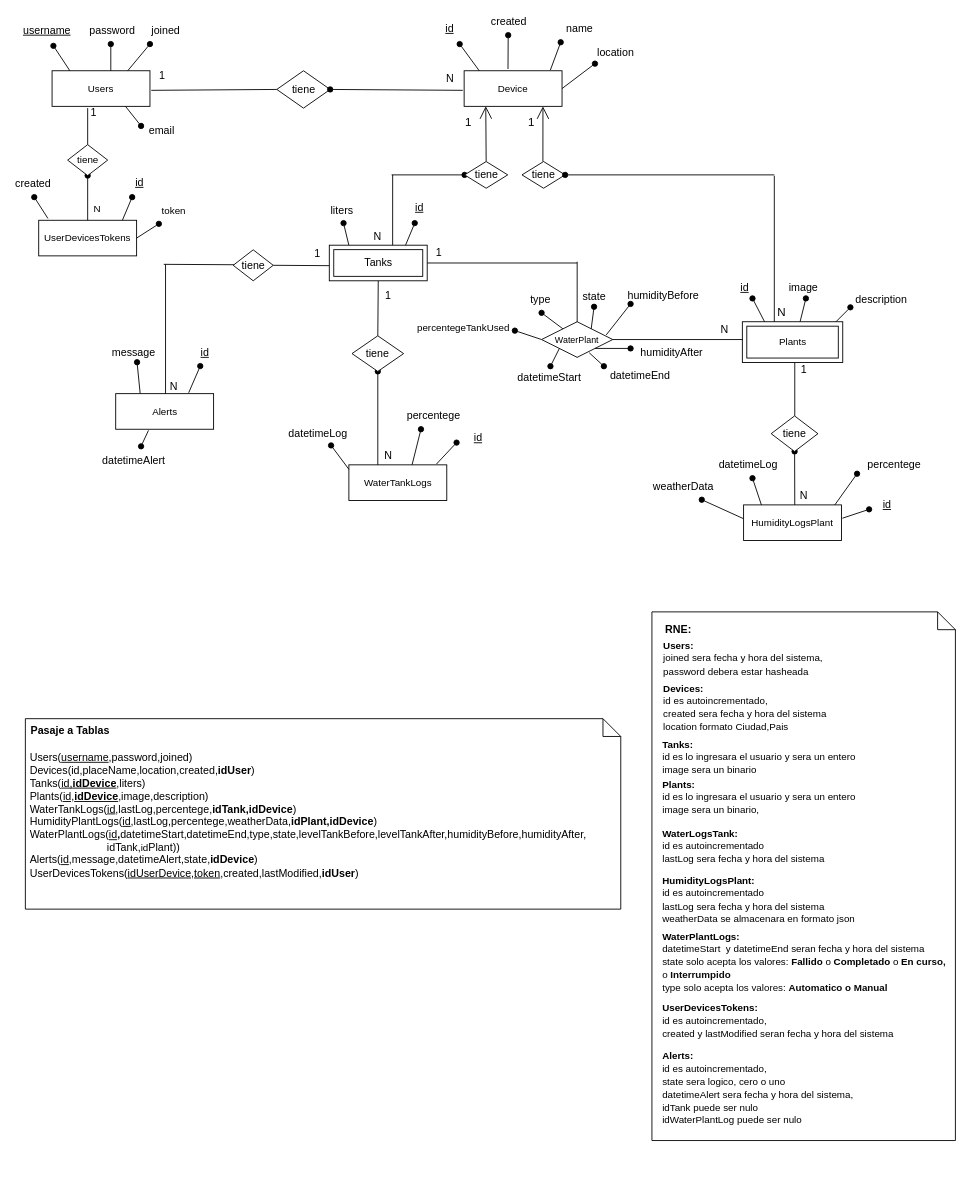
The draw.io diagram Diagramas/DER.drawio in Agustin15/AquaControl, before the edit. Source tidied: cells renumbered, new cells numbered last; positions are measured from the earlier drawing's top-left corner, leaving out a move shared by most shapes. Both pictures are drawn from the tidied source at 89%, with x=0, y=0 at pixel (25, 19).
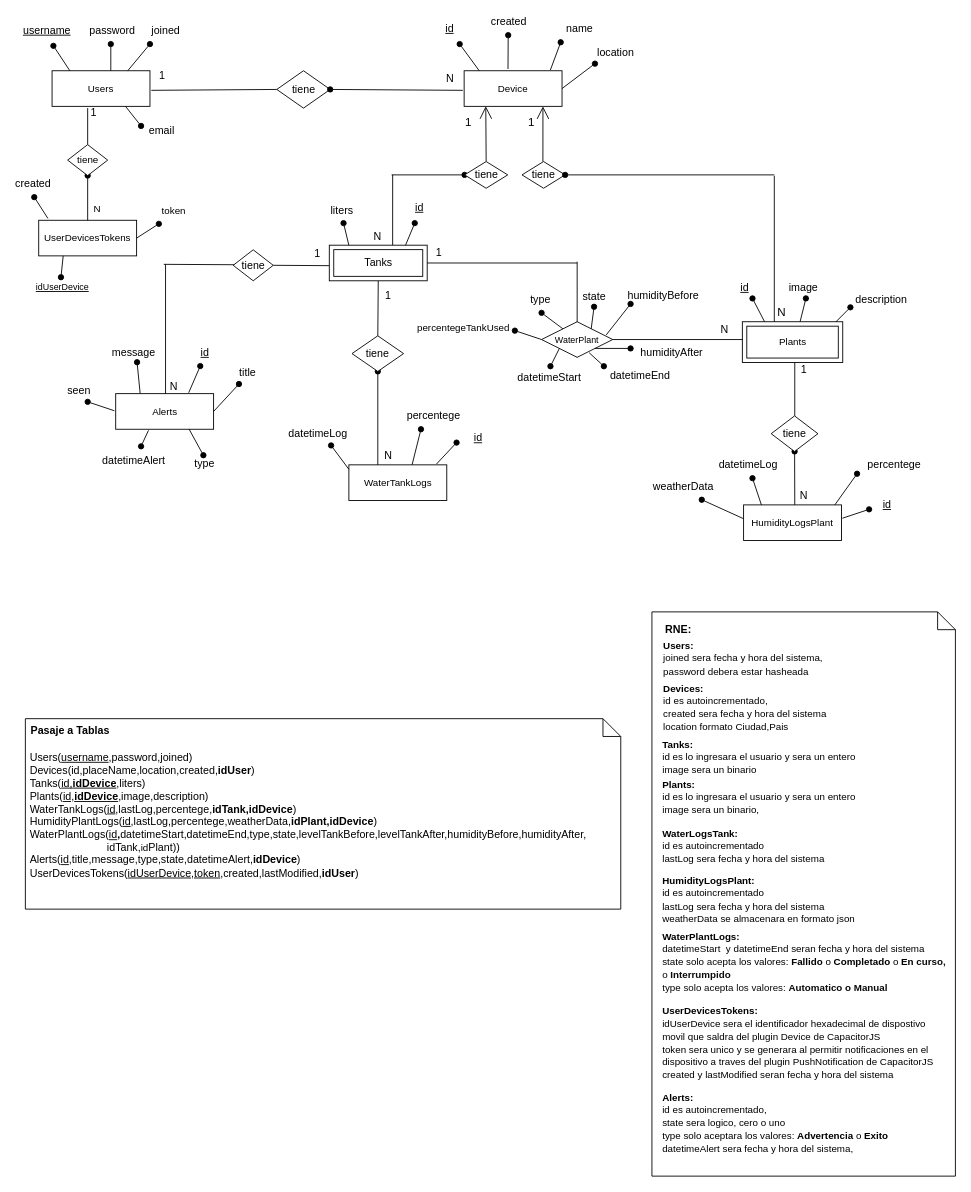
The same page after the edit.

The change refers to these unchanged cells:
```xml
<mxCell id="33" value="&lt;span style=&quot;font-size: 11px;&quot;&gt;Alerts&lt;/span&gt;" style="html=1;whiteSpace=wrap;" parent="1" vertex="1">
  <mxGeometry x="101.5" y="420.8" width="110" height="40" as="geometry" />
</mxCell>
<mxCell id="123" value="&lt;span style=&quot;font-size: 11px;&quot;&gt;UserDevicesTokens&lt;/span&gt;" style="html=1;whiteSpace=wrap;" parent="1" vertex="1">
  <mxGeometry x="15" y="226" width="110" height="40" as="geometry" />
</mxCell>
```

The edit, as a diff of the source:
```diff
@@
-    <mxCell id="18" value="&lt;div&gt;&lt;font&gt;&lt;font style=&quot;&quot;&gt;&amp;nbsp;Users(&lt;u style=&quot;&quot;&gt;username&lt;/u&gt;,&lt;/font&gt;&lt;span style=&quot;background-color: transparent; color: light-dark(rgb(0, 0, 0), rgb(255, 255, 255));&quot;&gt;&lt;font style=&quot;&quot;&gt;password,joined&lt;/font&gt;&lt;/span&gt;&lt;span style=&quot;background-color: transparent; color: light-dark(rgb(0, 0, 0), rgb(255, 255, 255));&quot;&gt;)&lt;/span&gt;&lt;/font&gt;&lt;/div&gt;&lt;div&gt;&lt;font&gt;&lt;span style=&quot;background-color: transparent; color: light-dark(rgb(0, 0, 0), rgb(255, 255, 255));&quot;&gt;&amp;nbsp;Devices(id,&lt;/span&gt;&lt;span style=&quot;background-color: transparent; color: light-dark(rgb(0, 0, 0), rgb(255, 255, 255));&quot;&gt;p&lt;/span&gt;&lt;span style=&quot;background-color: transparent; color: light-dark(rgb(0, 0, 0), rgb(255, 255, 255));&quot;&gt;laceName,location&lt;/span&gt;&lt;span style=&quot;background-color: transparent; color: light-dark(rgb(0, 0, 0), rgb(255, 255, 255));&quot;&gt;&lt;font style=&quot;&quot;&gt;,created,&lt;b&gt;idUser&lt;/b&gt;&lt;/font&gt;&lt;/span&gt;&lt;span style=&quot;background-color: transparent; color: light-dark(rgb(0, 0, 0), rgb(255, 255, 255));&quot;&gt;)&lt;/span&gt;&lt;/font&gt;&lt;/div&gt;&lt;font&gt;&amp;nbsp;Tanks(&lt;u&gt;id,&lt;b&gt;idDevice&lt;/b&gt;&lt;/u&gt;,liters)&lt;/font&gt;&lt;div&gt;&lt;font&gt;&amp;nbsp;Plants(&lt;u&gt;id,&lt;b&gt;idDevice&lt;/b&gt;&lt;/u&gt;,image,descri&lt;span style=&quot;background-color: transparent; color: light-dark(rgb(0, 0, 0), rgb(255, 255, 255));&quot;&gt;ption&lt;/span&gt;&lt;span style=&quot;background-color: transparent; color: light-dark(rgb(0, 0, 0), rgb(255, 255, 255));&quot;&gt;)&lt;/span&gt;&lt;/font&gt;&lt;/div&gt;&lt;div&gt;&lt;font&gt;&amp;nbsp;WaterTankLogs(&lt;u style=&quot;&quot;&gt;id&lt;/u&gt;,lastLog,percentege,&lt;b&gt;idTank,idDevice&lt;/b&gt;)&lt;/font&gt;&lt;div&gt;&lt;font&gt;&lt;font style=&quot;&quot;&gt;&lt;font style=&quot;&quot;&gt;&amp;nbsp;HumidityPlant&lt;/font&gt;&lt;span style=&quot;background-color: transparent; color: light-dark(rgb(0, 0, 0), rgb(255, 255, 255));&quot;&gt;Logs&lt;/span&gt;&lt;span style=&quot;background-color: transparent; color: light-dark(rgb(0, 0, 0), rgb(255, 255, 255));&quot;&gt;(&lt;/span&gt;&lt;u style=&quot;background-color: transparent; color: light-dark(rgb(0, 0, 0), rgb(255, 255, 255));&quot;&gt;id&lt;/u&gt;&lt;span style=&quot;background-color: transparent; color: light-dark(rgb(0, 0, 0), rgb(255, 255, 255));&quot;&gt;,lastLog,percentege,weatherData,&lt;b&gt;id&lt;/b&gt;&lt;/span&gt;&lt;/font&gt;&lt;span style=&quot;background-color: transparent; color: light-dark(rgb(0, 0, 0), rgb(255, 255, 255));&quot;&gt;&lt;b&gt;P&lt;/b&gt;&lt;/span&gt;&lt;span style=&quot;background-color: transparent; color: light-dark(rgb(0, 0, 0), rgb(255, 255, 255));&quot;&gt;&lt;b&gt;lant,idDevice&lt;/b&gt;&lt;/span&gt;&lt;span style=&quot;background-color: transparent; color: light-dark(rgb(0, 0, 0), rgb(255, 255, 255));&quot;&gt;)&lt;/span&gt;&lt;/font&gt;&lt;/div&gt;&lt;div style=&quot;&quot;&gt;&lt;font&gt;&lt;font style=&quot;&quot;&gt;&lt;font style=&quot;background-color: transparent; color: light-dark(rgb(0, 0, 0), rgb(255, 255, 255));&quot;&gt;&amp;nbsp;Water&lt;span style=&quot;font-family: Arial, sans-serif; background-color: rgb(255, 255, 255);&quot;&gt;Plant&lt;/span&gt;Logs(&lt;u&gt;id&lt;/u&gt;&lt;/font&gt;&lt;/font&gt;&lt;span style=&quot;background-color: transparent; color: light-dark(rgb(0, 0, 0), rgb(255, 255, 255));&quot;&gt;&lt;b&gt;,&lt;/b&gt;&lt;/span&gt;&lt;font style=&quot;background-color: transparent; color: light-dark(rgb(0, 0, 0), rgb(255, 255, 255));&quot;&gt;datetimeStart,&lt;/font&gt;&lt;span style=&quot;background-color: transparent; color: light-dark(rgb(0, 0, 0), rgb(255, 255, 255));&quot;&gt;datetimeEnd,ty&lt;/span&gt;&lt;span style=&quot;background-color: transparent; color: light-dark(rgb(0, 0, 0), rgb(255, 255, 255));&quot;&gt;pe&lt;/span&gt;&lt;font style=&quot;background-color: transparent; color: light-dark(rgb(0, 0, 0), rgb(255, 255, 255));&quot;&gt;,state,levelTankBefore,levelTankAfter&lt;/font&gt;&lt;/font&gt;&lt;font style=&quot;background-color: transparent; color: light-dark(rgb(0, 0, 0), rgb(255, 255, 255));&quot;&gt;&lt;span style=&quot;background-color: transparent; color: light-dark(rgb(0, 0, 0), rgb(255, 255, 255));&quot;&gt;,humidityBefore,humidityAfter,&lt;/span&gt;&lt;/font&gt;&lt;/div&gt;&lt;div style=&quot;&quot;&gt;&lt;font style=&quot;background-color: transparent; color: light-dark(rgb(0, 0, 0), rgb(255, 255, 255));&quot;&gt;&lt;span style=&quot;background-color: transparent; color: light-dark(rgb(0, 0, 0), rgb(255, 255, 255));&quot;&gt;&amp;nbsp; &amp;nbsp; &amp;nbsp; &amp;nbsp; &amp;nbsp; &amp;nbsp; &amp;nbsp; &amp;nbsp; &amp;nbsp; &amp;nbsp; &amp;nbsp; &amp;nbsp; &amp;nbsp; &amp;nbsp;idTank&lt;/span&gt;&lt;/font&gt;&lt;span style=&quot;color: light-dark(rgb(0, 0, 0), rgb(255, 255, 255)); background-color: rgb(255, 255, 255); font-family: Arial, sans-serif;&quot;&gt;,&lt;span style=&quot;font-size: 11px;&quot;&gt;id&lt;/span&gt;&lt;/span&gt;&lt;span style=&quot;color: light-dark(rgb(0, 0, 0), rgb(255, 255, 255)); background-color: rgb(255, 255, 255); font-family: Arial, sans-serif;&quot;&gt;Plant)&lt;/span&gt;&lt;span style=&quot;background-color: transparent; color: light-dark(rgb(0, 0, 0), rgb(255, 255, 255));&quot;&gt;)&lt;/span&gt;&lt;/div&gt;&lt;div&gt;&lt;font&gt;&amp;nbsp;Alerts(&lt;u&gt;id&lt;/u&gt;,message,datetimeAlert,state,&lt;b&gt;i&lt;/b&gt;&lt;span style=&quot;background-color: transparent; color: light-dark(rgb(0, 0, 0), rgb(255, 255, 255));&quot;&gt;&lt;span style=&quot;background-color: transparent; color: light-dark(rgb(0, 0, 0), rgb(255, 255, 255));&quot;&gt;&lt;b&gt;dDevice&lt;/b&gt;&lt;/span&gt;&lt;/span&gt;&lt;span style=&quot;background-color: transparent; color: light-dark(rgb(0, 0, 0), rgb(255, 255, 255));&quot;&gt;)&lt;/span&gt;&lt;/font&gt;&lt;/div&gt;&lt;/div&gt;&lt;div style=&quot;text-align: left;&quot;&gt;&lt;font&gt;&lt;span style=&quot;text-align: center;&quot;&gt;&amp;nbsp;&lt;/span&gt;&lt;font&gt;&lt;span style=&quot;text-align: center;&quot;&gt;UserDevicesTokens&lt;/span&gt;(&lt;u&gt;idUserDevice,token&lt;/u&gt;,created,lastModified,&lt;/font&gt;&lt;/font&gt;&lt;b style=&quot;background-color: transparent; color: light-dark(rgb(0, 0, 0), rgb(255, 255, 255));&quot;&gt;idUser&lt;/b&gt;&lt;span style=&quot;background-color: transparent; color: light-dark(rgb(0, 0, 0), rgb(255, 255, 255));&quot;&gt;)&lt;/span&gt;&lt;/div&gt;&lt;div style=&quot;text-align: left;&quot;&gt;&lt;span style=&quot;background-color: transparent; color: light-dark(rgb(0, 0, 0), rgb(255, 255, 255));&quot;&gt;&amp;nbsp;&lt;/span&gt;&lt;/div&gt;" style="text;html=1;align=left;verticalAlign=middle;whiteSpace=wrap;rounded=0;" parent="1" vertex="1">
+    <mxCell id="18" value="&lt;div&gt;&lt;font&gt;&lt;font style=&quot;&quot;&gt;&amp;nbsp;Users(&lt;u style=&quot;&quot;&gt;username&lt;/u&gt;,&lt;/font&gt;&lt;span style=&quot;background-color: transparent; color: light-dark(rgb(0, 0, 0), rgb(255, 255, 255));&quot;&gt;&lt;font style=&quot;&quot;&gt;password,joined&lt;/font&gt;&lt;/span&gt;&lt;span style=&quot;background-color: transparent; color: light-dark(rgb(0, 0, 0), rgb(255, 255, 255));&quot;&gt;)&lt;/span&gt;&lt;/font&gt;&lt;/div&gt;&lt;div&gt;&lt;font&gt;&lt;span style=&quot;background-color: transparent; color: light-dark(rgb(0, 0, 0), rgb(255, 255, 255));&quot;&gt;&amp;nbsp;Devices(id,&lt;/span&gt;&lt;span style=&quot;background-color: transparent; color: light-dark(rgb(0, 0, 0), rgb(255, 255, 255));&quot;&gt;p&lt;/span&gt;&lt;span style=&quot;background-color: transparent; color: light-dark(rgb(0, 0, 0), rgb(255, 255, 255));&quot;&gt;laceName,location&lt;/span&gt;&lt;span style=&quot;background-color: transparent; color: light-dark(rgb(0, 0, 0), rgb(255, 255, 255));&quot;&gt;&lt;font style=&quot;&quot;&gt;,created,&lt;b&gt;idUser&lt;/b&gt;&lt;/font&gt;&lt;/span&gt;&lt;span style=&quot;background-color: transparent; color: light-dark(rgb(0, 0, 0), rgb(255, 255, 255));&quot;&gt;)&lt;/span&gt;&lt;/font&gt;&lt;/div&gt;&lt;font&gt;&amp;nbsp;Tanks(&lt;u&gt;id,&lt;b&gt;idDevice&lt;/b&gt;&lt;/u&gt;,liters)&lt;/font&gt;&lt;div&gt;&lt;font&gt;&amp;nbsp;Plants(&lt;u&gt;id,&lt;b&gt;idDevice&lt;/b&gt;&lt;/u&gt;,image,descri&lt;span style=&quot;background-color: transparent; color: light-dark(rgb(0, 0, 0), rgb(255, 255, 255));&quot;&gt;ption&lt;/span&gt;&lt;span style=&quot;background-color: transparent; color: light-dark(rgb(0, 0, 0), rgb(255, 255, 255));&quot;&gt;)&lt;/span&gt;&lt;/font&gt;&lt;/div&gt;&lt;div&gt;&lt;font&gt;&amp;nbsp;WaterTankLogs(&lt;u style=&quot;&quot;&gt;id&lt;/u&gt;,lastLog,percentege,&lt;b&gt;idTank,idDevice&lt;/b&gt;)&lt;/font&gt;&lt;div&gt;&lt;font&gt;&lt;font style=&quot;&quot;&gt;&lt;font style=&quot;&quot;&gt;&amp;nbsp;HumidityPlant&lt;/font&gt;&lt;span style=&quot;background-color: transparent; color: light-dark(rgb(0, 0, 0), rgb(255, 255, 255));&quot;&gt;Logs&lt;/span&gt;&lt;span style=&quot;background-color: transparent; color: light-dark(rgb(0, 0, 0), rgb(255, 255, 255));&quot;&gt;(&lt;/span&gt;&lt;u style=&quot;background-color: transparent; color: light-dark(rgb(0, 0, 0), rgb(255, 255, 255));&quot;&gt;id&lt;/u&gt;&lt;span style=&quot;background-color: transparent; color: light-dark(rgb(0, 0, 0), rgb(255, 255, 255));&quot;&gt;,lastLog,percentege,weatherData,&lt;b&gt;id&lt;/b&gt;&lt;/span&gt;&lt;/font&gt;&lt;span style=&quot;background-color: transparent; color: light-dark(rgb(0, 0, 0), rgb(255, 255, 255));&quot;&gt;&lt;b&gt;P&lt;/b&gt;&lt;/span&gt;&lt;span style=&quot;background-color: transparent; color: light-dark(rgb(0, 0, 0), rgb(255, 255, 255));&quot;&gt;&lt;b&gt;lant,idDevice&lt;/b&gt;&lt;/span&gt;&lt;span style=&quot;background-color: transparent; color: light-dark(rgb(0, 0, 0), rgb(255, 255, 255));&quot;&gt;)&lt;/span&gt;&lt;/font&gt;&lt;/div&gt;&lt;div style=&quot;&quot;&gt;&lt;font&gt;&lt;font style=&quot;&quot;&gt;&lt;font style=&quot;background-color: transparent; color: light-dark(rgb(0, 0, 0), rgb(255, 255, 255));&quot;&gt;&amp;nbsp;Water&lt;span style=&quot;font-family: Arial, sans-serif; background-color: rgb(255, 255, 255);&quot;&gt;Plant&lt;/span&gt;Logs(&lt;u&gt;id&lt;/u&gt;&lt;/font&gt;&lt;/font&gt;&lt;span style=&quot;background-color: transparent; color: light-dark(rgb(0, 0, 0), rgb(255, 255, 255));&quot;&gt;&lt;b&gt;,&lt;/b&gt;&lt;/span&gt;&lt;font style=&quot;background-color: transparent; color: light-dark(rgb(0, 0, 0), rgb(255, 255, 255));&quot;&gt;datetimeStart,&lt;/font&gt;&lt;span style=&quot;background-color: transparent; color: light-dark(rgb(0, 0, 0), rgb(255, 255, 255));&quot;&gt;datetimeEnd,ty&lt;/span&gt;&lt;span style=&quot;background-color: transparent; color: light-dark(rgb(0, 0, 0), rgb(255, 255, 255));&quot;&gt;pe&lt;/span&gt;&lt;font style=&quot;background-color: transparent; color: light-dark(rgb(0, 0, 0), rgb(255, 255, 255));&quot;&gt;,state,levelTankBefore,levelTankAfter&lt;/font&gt;&lt;/font&gt;&lt;font style=&quot;background-color: transparent; color: light-dark(rgb(0, 0, 0), rgb(255, 255, 255));&quot;&gt;&lt;span style=&quot;background-color: transparent; color: light-dark(rgb(0, 0, 0), rgb(255, 255, 255));&quot;&gt;,humidityBefore,humidityAfter,&lt;/span&gt;&lt;/font&gt;&lt;/div&gt;&lt;div style=&quot;&quot;&gt;&lt;font style=&quot;background-color: transparent; color: light-dark(rgb(0, 0, 0), rgb(255, 255, 255));&quot;&gt;&lt;span style=&quot;background-color: transparent; color: light-dark(rgb(0, 0, 0), rgb(255, 255, 255));&quot;&gt;&amp;nbsp; &amp;nbsp; &amp;nbsp; &amp;nbsp; &amp;nbsp; &amp;nbsp; &amp;nbsp; &amp;nbsp; &amp;nbsp; &amp;nbsp; &amp;nbsp; &amp;nbsp; &amp;nbsp; &amp;nbsp;idTank&lt;/span&gt;&lt;/font&gt;&lt;span style=&quot;color: light-dark(rgb(0, 0, 0), rgb(255, 255, 255)); background-color: rgb(255, 255, 255); font-family: Arial, sans-serif;&quot;&gt;,&lt;span style=&quot;font-size: 11px;&quot;&gt;id&lt;/span&gt;&lt;/span&gt;&lt;span style=&quot;color: light-dark(rgb(0, 0, 0), rgb(255, 255, 255)); background-color: rgb(255, 255, 255); font-family: Arial, sans-serif;&quot;&gt;Plant)&lt;/span&gt;&lt;span style=&quot;background-color: transparent; color: light-dark(rgb(0, 0, 0), rgb(255, 255, 255));&quot;&gt;)&lt;/span&gt;&lt;/div&gt;&lt;div&gt;&lt;font&gt;&amp;nbsp;Alerts(&lt;u&gt;id&lt;/u&gt;,title,message,type,&lt;/font&gt;&lt;span style=&quot;background-color: transparent; color: light-dark(rgb(0, 0, 0), rgb(255, 255, 255));&quot;&gt;state&lt;/span&gt;&lt;span style=&quot;background-color: transparent; color: light-dark(rgb(0, 0, 0), rgb(255, 255, 255));&quot;&gt;,datetimeAlert,&lt;/span&gt;&lt;b style=&quot;background-color: transparent; color: light-dark(rgb(0, 0, 0), rgb(255, 255, 255));&quot;&gt;i&lt;/b&gt;&lt;span style=&quot;background-color: transparent; color: light-dark(rgb(0, 0, 0), rgb(255, 255, 255));&quot;&gt;&lt;span style=&quot;background-color: transparent; color: light-dark(rgb(0, 0, 0), rgb(255, 255, 255));&quot;&gt;&lt;b&gt;dDevice&lt;/b&gt;&lt;/span&gt;&lt;/span&gt;&lt;span style=&quot;background-color: transparent; color: light-dark(rgb(0, 0, 0), rgb(255, 255, 255));&quot;&gt;)&lt;/span&gt;&lt;/div&gt;&lt;/div&gt;&lt;div style=&quot;text-align: left;&quot;&gt;&lt;font&gt;&lt;span style=&quot;text-align: center;&quot;&gt;&amp;nbsp;&lt;/span&gt;&lt;font&gt;&lt;span style=&quot;text-align: center;&quot;&gt;UserDevicesTokens&lt;/span&gt;(&lt;u&gt;idUserDevice,token&lt;/u&gt;,created,lastModified,&lt;/font&gt;&lt;/font&gt;&lt;b style=&quot;background-color: transparent; color: light-dark(rgb(0, 0, 0), rgb(255, 255, 255));&quot;&gt;idUser&lt;/b&gt;&lt;span style=&quot;background-color: transparent; color: light-dark(rgb(0, 0, 0), rgb(255, 255, 255));&quot;&gt;)&lt;/span&gt;&lt;/div&gt;&lt;div style=&quot;text-align: left;&quot;&gt;&lt;span style=&quot;background-color: transparent; color: light-dark(rgb(0, 0, 0), rgb(255, 255, 255));&quot;&gt;&amp;nbsp;&lt;/span&gt;&lt;/div&gt;" style="text;html=1;align=left;verticalAlign=middle;whiteSpace=wrap;rounded=0;" parent="1" vertex="1">
       <mxGeometry y="814.5" width="659" height="174.5" as="geometry" />
     </mxCell>
@@
     <mxCell id="20" style="shape=note;size=20;whiteSpace=wrap;html=1;" parent="1" vertex="1">
-      <mxGeometry x="704" y="666" width="341" height="594" as="geometry" />
+      <mxGeometry x="704" y="666" width="341" height="634" as="geometry" />
     </mxCell>
@@
-    <mxCell id="39" value="&lt;div style=&quot;&quot;&gt;&lt;b style=&quot;color: light-dark(rgb(0, 0, 0), rgb(255, 255, 255));&quot;&gt;&lt;font style=&quot;font-size: 11px;&quot;&gt;&lt;span style=&quot;background-color: rgb(255, 255, 255);&quot;&gt;Alerts&lt;/span&gt;:&lt;/font&gt;&lt;/b&gt;&lt;/div&gt;&lt;div&gt;&lt;span style=&quot;font-size: 11px;&quot;&gt;id es autoincrementado,&lt;/span&gt;&lt;/div&gt;&lt;div&gt;&lt;span style=&quot;font-size: 11px;&quot;&gt;state sera logico, cero o uno&lt;/span&gt;&lt;/div&gt;&lt;div&gt;&lt;span style=&quot;font-size: 11px;&quot;&gt;datetimeAlert sera fecha y hora del sistema,&lt;/span&gt;&lt;span style=&quot;font-size: 11px;&quot;&gt;&lt;/span&gt;&lt;/div&gt;&lt;div&gt;&lt;span style=&quot;font-size: 11px;&quot;&gt;idTank&amp;nbsp;&lt;/span&gt;&lt;span style=&quot;font-size: 11px; background-color: transparent; color: light-dark(rgb(0, 0, 0), rgb(255, 255, 255));&quot;&gt;p&lt;/span&gt;&lt;span style=&quot;font-size: 11px; background-color: transparent; color: light-dark(rgb(0, 0, 0), rgb(255, 255, 255));&quot;&gt;uede ser nulo&lt;/span&gt;&lt;/div&gt;&lt;div&gt;&lt;span style=&quot;font-size: 11px; background-color: transparent; color: light-dark(rgb(0, 0, 0), rgb(255, 255, 255));&quot;&gt;idWater&lt;/span&gt;&lt;span style=&quot;background-color: transparent; color: light-dark(rgb(0, 0, 0), rgb(255, 255, 255)); font-family: Arial, sans-serif; font-size: 11px;&quot;&gt;Plant&lt;/span&gt;&lt;span style=&quot;background-color: transparent; color: light-dark(rgb(0, 0, 0), rgb(255, 255, 255)); font-size: 11px;&quot;&gt;Log&amp;nbsp;&lt;/span&gt;&lt;span style=&quot;background-color: transparent; color: light-dark(rgb(0, 0, 0), rgb(255, 255, 255)); font-size: 11px;&quot;&gt;puede ser nulo&lt;/span&gt;&lt;/div&gt;" style="text;html=1;align=left;verticalAlign=middle;whiteSpace=wrap;rounded=0;" parent="1" vertex="1">
-      <mxGeometry x="713.7" y="1156" width="324.2" height="90" as="geometry" />
+    <mxCell id="39" value="&lt;div style=&quot;&quot;&gt;&lt;b style=&quot;color: light-dark(rgb(0, 0, 0), rgb(255, 255, 255));&quot;&gt;&lt;font style=&quot;font-size: 11px;&quot;&gt;&lt;span style=&quot;background-color: rgb(255, 255, 255);&quot;&gt;Alerts&lt;/span&gt;:&lt;/font&gt;&lt;/b&gt;&lt;/div&gt;&lt;div&gt;&lt;span style=&quot;font-size: 11px;&quot;&gt;id es autoincrementado,&lt;/span&gt;&lt;/div&gt;&lt;div&gt;&lt;span style=&quot;font-size: 11px;&quot;&gt;state sera logico, cero o uno&lt;/span&gt;&lt;/div&gt;&lt;div&gt;&lt;span style=&quot;font-size: 11px;&quot;&gt;type solo aceptara los valores:&amp;nbsp;&lt;/span&gt;&lt;b style=&quot;font-size: 11px;&quot;&gt;Advertencia&lt;/b&gt;&lt;span style=&quot;font-size: 11px;&quot;&gt; o &lt;/span&gt;&lt;b style=&quot;font-size: 11px;&quot;&gt;Exito&lt;/b&gt;&lt;span style=&quot;font-size: 11px;&quot;&gt;&lt;/span&gt;&lt;/div&gt;&lt;div&gt;&lt;span style=&quot;font-size: 11px;&quot;&gt;datetimeAlert sera fecha y hora del sistema,&lt;/span&gt;&lt;/div&gt;" style="text;html=1;align=left;verticalAlign=middle;whiteSpace=wrap;rounded=0;" parent="1" vertex="1">
+      <mxGeometry x="713.7" y="1200" width="324.2" height="80" as="geometry" />
     </mxCell>
@@
-    <mxCell id="129" style="endArrow=oval;html=1;rounded=0;endFill=1;exitX=0.855;exitY=-0.002;exitDx=0;exitDy=0;exitPerimeter=0;" parent="1" edge="1" source="123">
-      <mxGeometry relative="1" as="geometry">
-        <mxPoint x="120" y="200" as="targetPoint" />
-      </mxGeometry>
-    </mxCell>
-    <mxCell id="130" value="&lt;u&gt;id&lt;/u&gt;" style="text;html=1;whiteSpace=wrap;strokeColor=none;fillColor=none;align=center;verticalAlign=middle;rounded=0;" parent="1" vertex="1">
-      <mxGeometry x="114.5" y="177" width="27" height="13" as="geometry" />
-    </mxCell>
@@
-    <mxCell id="133" value="&lt;div style=&quot;&quot;&gt;&lt;b style=&quot;color: light-dark(rgb(0, 0, 0), rgb(255, 255, 255));&quot;&gt;&lt;font style=&quot;font-size: 11px;&quot;&gt;&lt;span style=&quot;background-color: rgb(255, 255, 255);&quot;&gt;UserDevicesTokens&lt;/span&gt;:&lt;/font&gt;&lt;/b&gt;&lt;/div&gt;&lt;div&gt;&lt;span style=&quot;font-size: 11px;&quot;&gt;id es autoincrementado,&lt;/span&gt;&lt;/div&gt;&lt;div&gt;&lt;span style=&quot;font-size: 11px;&quot;&gt;created y lastModified seran fecha y hora del sistema&lt;/span&gt;&lt;/div&gt;" style="text;html=1;align=left;verticalAlign=middle;whiteSpace=wrap;rounded=0;" parent="1" vertex="1">
-      <mxGeometry x="713.7" y="1100" width="324.2" height="50" as="geometry" />
+    <mxCell id="133" value="&lt;div style=&quot;&quot;&gt;&lt;b style=&quot;color: light-dark(rgb(0, 0, 0), rgb(255, 255, 255));&quot;&gt;&lt;font style=&quot;font-size: 11px;&quot;&gt;&lt;span style=&quot;background-color: rgb(255, 255, 255);&quot;&gt;UserDevicesTokens&lt;/span&gt;:&lt;/font&gt;&lt;/b&gt;&lt;/div&gt;&lt;div&gt;&lt;span style=&quot;font-size: 11px;&quot;&gt;idUserDevice sera el identificador hexadecimal de dispostivo movil que saldra del plugin Device de CapacitorJS&lt;/span&gt;&lt;/div&gt;&lt;div&gt;&lt;span style=&quot;font-size: 11px;&quot;&gt;token sera unico y se generara al permitir notificaciones en el dispositivo a traves del plugin PushNotification de CapacitorJS&lt;/span&gt;&lt;/div&gt;&lt;div&gt;&lt;span style=&quot;font-size: 11px;&quot;&gt;created y lastModified seran fecha y hora del sistema&lt;/span&gt;&lt;/div&gt;" style="text;html=1;align=left;verticalAlign=middle;whiteSpace=wrap;rounded=0;" parent="1" vertex="1">
+      <mxGeometry x="713.7" y="1100" width="324.2" height="100" as="geometry" />
     </mxCell>
@@
+    <mxCell id="136" style="endArrow=oval;html=1;rounded=0;exitX=0.75;exitY=1;exitDx=0;exitDy=0;endFill=1;" parent="1" edge="1" source="33">
+      <mxGeometry relative="1" as="geometry">
+        <mxPoint x="200" y="490" as="targetPoint" />
+      </mxGeometry>
+    </mxCell>
+    <mxCell id="137" value="type" style="text;html=1;whiteSpace=wrap;strokeColor=none;fillColor=none;align=center;verticalAlign=middle;rounded=0;" parent="1" vertex="1">
+      <mxGeometry x="179" y="495.8" width="45" height="9" as="geometry" />
+    </mxCell>
+    <mxCell id="138" style="endArrow=none;html=1;rounded=0;startArrow=oval;startFill=1;" parent="1" edge="1">
+      <mxGeometry relative="1" as="geometry">
+        <mxPoint x="70" y="430" as="sourcePoint" />
+        <mxPoint x="100" y="440" as="targetPoint" />
+      </mxGeometry>
+    </mxCell>
+    <mxCell id="139" value="seen" style="text;html=1;whiteSpace=wrap;strokeColor=none;fillColor=none;align=center;verticalAlign=middle;rounded=0;" parent="1" vertex="1">
+      <mxGeometry x="38" y="413" width="45" height="9" as="geometry" />
+    </mxCell>
+    <mxCell id="140" style="endArrow=oval;html=1;rounded=0;endFill=1;exitX=1;exitY=0.5;exitDx=0;exitDy=0;" parent="1" edge="1" source="33">
+      <mxGeometry relative="1" as="geometry">
+        <mxPoint x="240" y="410" as="targetPoint" />
+      </mxGeometry>
+    </mxCell>
+    <mxCell id="141" value="title" style="text;html=1;whiteSpace=wrap;strokeColor=none;fillColor=none;align=center;verticalAlign=middle;rounded=0;" parent="1" vertex="1">
+      <mxGeometry x="233.5" y="393" width="32" height="9" as="geometry" />
+    </mxCell>
+    <mxCell id="142" style="endArrow=none;html=1;rounded=0;endFill=0;startArrow=oval;startFill=1;entryX=0.25;entryY=1;entryDx=0;entryDy=0;" parent="1" edge="1" target="123">
+      <mxGeometry relative="1" as="geometry">
+        <mxPoint x="40" y="290" as="sourcePoint" />
+      </mxGeometry>
+    </mxCell>
+    <mxCell id="143" value="&lt;font style=&quot;font-size: 10px;&quot;&gt;&lt;u&gt;idUserDevice&lt;/u&gt;&lt;/font&gt;" style="text;html=1;whiteSpace=wrap;strokeColor=none;fillColor=none;align=center;verticalAlign=middle;rounded=0;" parent="1" vertex="1">
+      <mxGeometry x="13" y="295.8" width="58" height="10" as="geometry" />
+    </mxCell>
```
